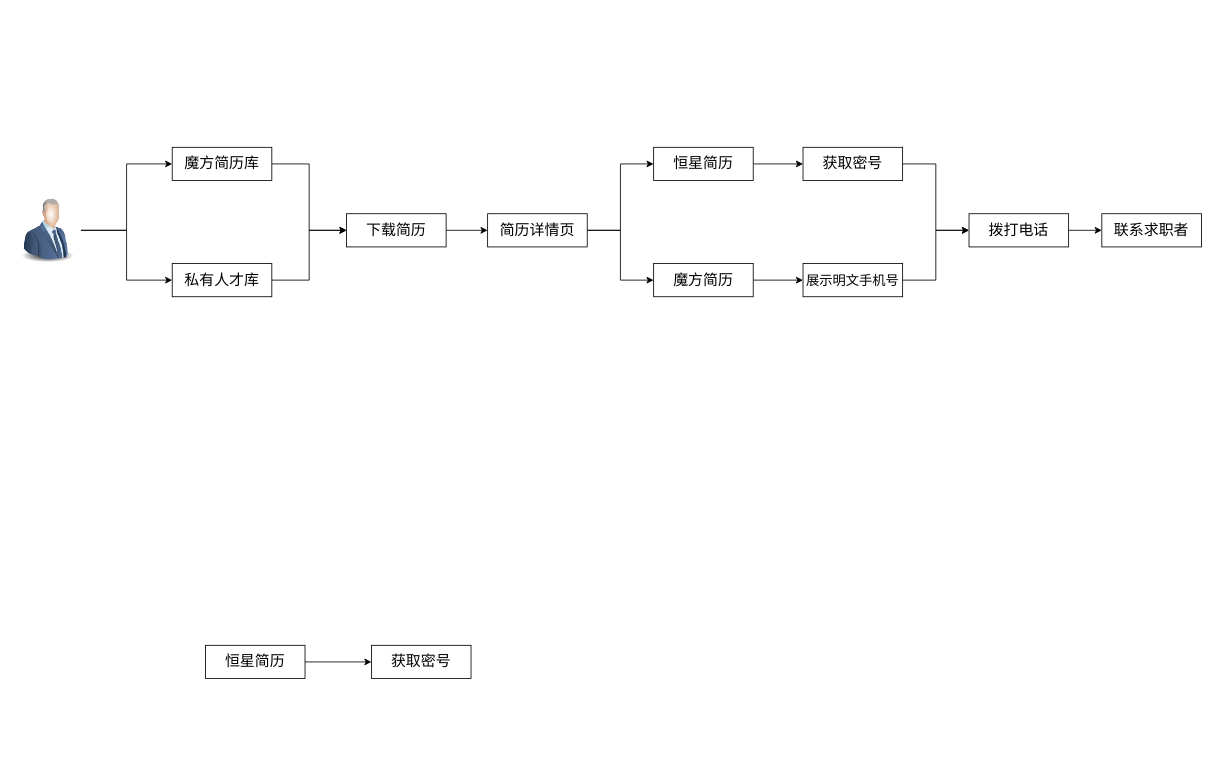
Above: 魔方简历密号体系建设.drawio in LuOyEbY/draw-b (draw.io), before the change. Source tidied: cells renumbered, new cells numbered last; positions are measured from the earlier drawing's top-left corner, leaving out a move shared by most shapes. Both pictures are drawn from the tidied source at 83%, with x=0, y=0 at pixel (14, 147).
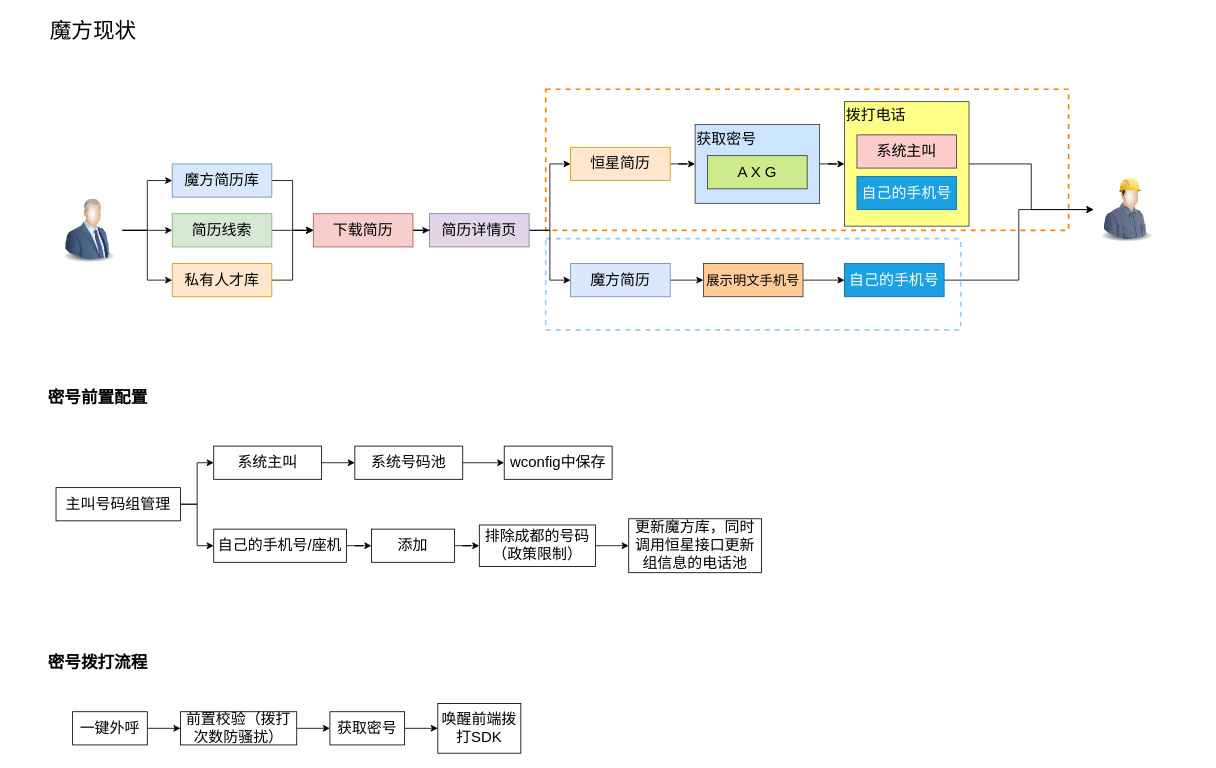
After the change.

Commit message:
更新魔方简历密号体系建设.drawio

Change to the diagram source:
```diff
@@
-    <mxCell id="2" style="edgeStyle=orthogonalEdgeStyle;rounded=0;jettySize=auto;html=1;" parent="1" edge="1" source="3" target="4">
-      <mxGeometry relative="1" as="geometry" />
-    </mxCell>
-    <mxCell id="3" value="恒星简历" style="rounded=0;whiteSpace=wrap;html=1;fontSize=18;" parent="1" vertex="1">
-      <mxGeometry x="230" y="600" width="120" height="40" as="geometry" />
-    </mxCell>
+    <mxCell id="28" style="rounded=0;whiteSpace=wrap;html=1;dashed=1;strokeColor=#99CCFF;strokeWidth=2;" parent="1" vertex="1">
+      <mxGeometry x="640" y="110" width="500" height="110" as="geometry" />
+    </mxCell>
+    <mxCell id="29" style="rounded=0;whiteSpace=wrap;html=1;dashed=1;strokeColor=#FF8000;strokeWidth=2;" parent="1" vertex="1">
+      <mxGeometry x="640" y="-70" width="630" height="170" as="geometry" />
+    </mxCell>
+    <mxCell id="30" style="edgeStyle=orthogonalEdgeStyle;rounded=0;jettySize=auto;html=1;entryX=0;entryY=0.5;entryDx=0;entryDy=0;" parent="1" edge="1" source="4" target="45">
+      <mxGeometry relative="1" as="geometry" />
+    </mxCell>
+    <mxCell id="31" style="edgeStyle=orthogonalEdgeStyle;rounded=0;jettySize=auto;html=1;entryX=0;entryY=0.5;entryDx=0;entryDy=0;" parent="1" edge="1" source="4" target="47">
+      <mxGeometry relative="1" as="geometry" />
+    </mxCell>
-    <mxCell id="4" value="获取密号" style="rounded=0;whiteSpace=wrap;html=1;fontSize=18;" parent="1" vertex="1">
-      <mxGeometry x="430" y="600" width="120" height="40" as="geometry" />
+    <mxCell id="4" value="主叫号码组管理" style="rounded=0;whiteSpace=wrap;html=1;fontSize=18;" parent="1" vertex="1">
+      <mxGeometry x="50" y="410" width="150" height="40" as="geometry" />
     </mxCell>
@@
-    <mxCell id="6" value="魔方简历库" style="rounded=0;whiteSpace=wrap;html=1;fontSize=18;" parent="1" vertex="1">
-      <mxGeometry x="190" width="120" height="40" as="geometry" />
+    <mxCell id="6" value="魔方简历库" style="rounded=0;whiteSpace=wrap;html=1;fontSize=18;fillColor=#dae8fc;strokeColor=#6c8ebf;" parent="1" vertex="1">
+      <mxGeometry x="190" y="20" width="120" height="40" as="geometry" />
     </mxCell>
@@
+    <mxCell id="32" style="edgeStyle=orthogonalEdgeStyle;rounded=0;jettySize=auto;html=1;entryX=0;entryY=0.5;entryDx=0;entryDy=0;" parent="1" edge="1" source="9" target="43">
+      <mxGeometry relative="1" as="geometry" />
+    </mxCell>
     <mxCell id="9" style="image;html=1;image=img/lib/clip_art/people/Suit_Man_Blue_128x128.png;" parent="1" vertex="1">
-      <mxGeometry y="60" width="80" height="80" as="geometry" />
+      <mxGeometry x="50" y="60" width="80" height="80" as="geometry" />
     </mxCell>
@@
-    <mxCell id="11" value="私有人才库" style="rounded=0;whiteSpace=wrap;html=1;fontSize=18;" parent="1" vertex="1">
+    <mxCell id="11" value="私有人才库" style="rounded=0;whiteSpace=wrap;html=1;fontSize=18;fillColor=#ffe6cc;strokeColor=#d79b00;" parent="1" vertex="1">
       <mxGeometry x="190" y="140" width="120" height="40" as="geometry" />
     </mxCell>
@@
-    <mxCell id="14" value="简历详情页" style="rounded=0;whiteSpace=wrap;html=1;fontSize=18;" parent="1" vertex="1">
-      <mxGeometry x="570" y="80" width="120" height="40" as="geometry" />
+    <mxCell id="14" value="简历详情页" style="rounded=0;whiteSpace=wrap;html=1;fontSize=18;fillColor=#e1d5e7;strokeColor=#9673a6;" parent="1" vertex="1">
+      <mxGeometry x="500" y="80" width="120" height="40" as="geometry" />
     </mxCell>
@@
-    <mxCell id="16" value="恒星简历" style="rounded=0;whiteSpace=wrap;html=1;fontSize=18;" parent="1" vertex="1">
-      <mxGeometry x="770" width="120" height="40" as="geometry" />
+    <mxCell id="16" value="恒星简历" style="rounded=0;whiteSpace=wrap;html=1;fontSize=18;fillColor=#ffe6cc;strokeColor=#d79b00;" parent="1" vertex="1">
+      <mxGeometry x="670" width="120" height="40" as="geometry" />
     </mxCell>
@@
-    <mxCell id="18" value="魔方简历" style="rounded=0;whiteSpace=wrap;html=1;fontSize=18;" parent="1" vertex="1">
-      <mxGeometry x="770" y="140" width="120" height="40" as="geometry" />
+    <mxCell id="18" value="魔方简历" style="rounded=0;whiteSpace=wrap;html=1;fontSize=18;fillColor=#dae8fc;strokeColor=#6c8ebf;" parent="1" vertex="1">
+      <mxGeometry x="670" y="140" width="120" height="40" as="geometry" />
     </mxCell>
@@
-    <mxCell id="20" value="下载简历" style="rounded=0;whiteSpace=wrap;html=1;fontSize=18;" parent="1" vertex="1">
-      <mxGeometry x="400" y="80" width="120" height="40" as="geometry" />
+    <mxCell id="20" value="下载简历" style="rounded=0;whiteSpace=wrap;html=1;fontSize=18;fillColor=#f8cecc;strokeColor=#b85450;" parent="1" vertex="1">
+      <mxGeometry x="360" y="80" width="120" height="40" as="geometry" />
     </mxCell>
@@
-    <mxCell id="22" value="获取密号" style="rounded=0;whiteSpace=wrap;html=1;fontSize=18;" parent="1" vertex="1">
-      <mxGeometry x="950" width="120" height="40" as="geometry" />
+    <mxCell id="22" value="获取密号" style="rounded=0;whiteSpace=wrap;html=1;fontSize=18;align=left;verticalAlign=top;fillColor=#cce5ff;strokeColor=#36393d;" parent="1" vertex="1">
+      <mxGeometry x="820" y="-27.5" width="150" height="95" as="geometry" />
     </mxCell>
-    <mxCell id="23" style="edgeStyle=orthogonalEdgeStyle;rounded=0;jettySize=auto;html=1;" parent="1" edge="1" source="24" target="27">
-      <mxGeometry relative="1" as="geometry" />
-    </mxCell>
+    <mxCell id="33" style="edgeStyle=orthogonalEdgeStyle;rounded=0;jettySize=auto;html=1;" parent="1" edge="1" source="24" target="39">
+      <mxGeometry relative="1" as="geometry" />
+    </mxCell>
-    <mxCell id="24" value="拨打电话" style="rounded=0;whiteSpace=wrap;html=1;fontSize=18;" parent="1" vertex="1">
-      <mxGeometry x="1150" y="80" width="120" height="40" as="geometry" />
+    <mxCell id="24" value="拨打电话" style="rounded=0;whiteSpace=wrap;html=1;fontSize=18;verticalAlign=top;align=left;fillColor=#ffff88;strokeColor=#36393d;" parent="1" vertex="1">
+      <mxGeometry x="1000" y="-55" width="150" height="150" as="geometry" />
     </mxCell>
-    <mxCell id="25" style="edgeStyle=orthogonalEdgeStyle;rounded=0;jettySize=auto;html=1;entryX=0;entryY=0.5;entryDx=0;entryDy=0;" parent="1" edge="1" source="26" target="24">
-      <mxGeometry relative="1" as="geometry" />
-    </mxCell>
+    <mxCell id="34" style="edgeStyle=orthogonalEdgeStyle;rounded=0;jettySize=auto;html=1;entryX=0;entryY=0.5;entryDx=0;entryDy=0;" parent="1" edge="1" source="26" target="36">
+      <mxGeometry relative="1" as="geometry" />
+    </mxCell>
-    <mxCell id="26" value="展示明文手机号" style="rounded=0;whiteSpace=wrap;html=1;fontSize=16;" parent="1" vertex="1">
-      <mxGeometry x="950" y="140" width="120" height="40" as="geometry" />
+    <mxCell id="26" value="展示明文手机号" style="rounded=0;whiteSpace=wrap;html=1;fontSize=16;fillColor=#ffcc99;strokeColor=#36393d;" parent="1" vertex="1">
+      <mxGeometry x="830" y="140" width="120" height="40" as="geometry" />
     </mxCell>
-    <mxCell id="27" value="联系求职者" style="rounded=0;whiteSpace=wrap;html=1;fontSize=18;" parent="1" vertex="1">
-      <mxGeometry x="1310" y="80" width="120" height="40" as="geometry" />
-    </mxCell>
+    <mxCell id="35" style="edgeStyle=orthogonalEdgeStyle;rounded=0;jettySize=auto;html=1;entryX=0;entryY=0.5;entryDx=0;entryDy=0;" parent="1" edge="1" source="36" target="39">
+      <mxGeometry relative="1" as="geometry" />
+    </mxCell>
+    <mxCell id="36" value="自己的手机号" style="rounded=0;whiteSpace=wrap;html=1;fontSize=18;fillColor=#1ba1e2;strokeColor=#006EAF;fontColor=#ffffff;" parent="1" vertex="1">
+      <mxGeometry x="1000" y="140" width="120" height="40" as="geometry" />
+    </mxCell>
+    <mxCell id="37" value="系统主叫" style="rounded=0;whiteSpace=wrap;html=1;fontSize=18;fillColor=#ffcccc;strokeColor=#36393d;" parent="1" vertex="1">
+      <mxGeometry x="1015" y="-15" width="120" height="40" as="geometry" />
+    </mxCell>
+    <mxCell id="38" value="自己的手机号" style="rounded=0;whiteSpace=wrap;html=1;fontSize=18;fillColor=#1ba1e2;strokeColor=#006EAF;fontColor=#ffffff;" parent="1" vertex="1">
+      <mxGeometry x="1015" y="35" width="120" height="40" as="geometry" />
+    </mxCell>
+    <mxCell id="39" style="image;html=1;image=img/lib/clip_art/people/Construction_Worker_Man_128x128.png;" parent="1" vertex="1">
+      <mxGeometry x="1300" y="35" width="80" height="80" as="geometry" />
+    </mxCell>
+    <mxCell id="40" value="魔方现状" style="text;html=1;strokeColor=none;fillColor=none;align=center;verticalAlign=middle;whiteSpace=wrap;rounded=0;fontSize=26;" parent="1" vertex="1">
+      <mxGeometry x="30" y="-160" width="130" height="40" as="geometry" />
+    </mxCell>
+    <mxCell id="41" value="A X G" style="rounded=0;whiteSpace=wrap;html=1;fontSize=18;fillColor=#cdeb8b;strokeColor=#36393d;" parent="1" vertex="1">
+      <mxGeometry x="835" y="10" width="120" height="40" as="geometry" />
+    </mxCell>
+    <mxCell id="42" style="edgeStyle=orthogonalEdgeStyle;rounded=0;jettySize=auto;html=1;" parent="1" edge="1" source="43">
+      <mxGeometry relative="1" as="geometry">
+        <mxPoint x="360" y="100" as="targetPoint" />
+      </mxGeometry>
+    </mxCell>
+    <mxCell id="43" value="简历线索" style="rounded=0;whiteSpace=wrap;html=1;fontSize=18;fillColor=#d5e8d4;strokeColor=#82b366;" parent="1" vertex="1">
+      <mxGeometry x="190" y="80" width="120" height="40" as="geometry" />
+    </mxCell>
+    <mxCell id="44" style="edgeStyle=orthogonalEdgeStyle;rounded=0;jettySize=auto;html=1;" parent="1" edge="1" source="45" target="54">
+      <mxGeometry relative="1" as="geometry" />
+    </mxCell>
+    <mxCell id="45" value="系统主叫" style="rounded=0;whiteSpace=wrap;html=1;fontSize=18;" parent="1" vertex="1">
+      <mxGeometry x="240" y="360" width="130" height="40" as="geometry" />
+    </mxCell>
+    <mxCell id="46" style="edgeStyle=orthogonalEdgeStyle;rounded=0;jettySize=auto;html=1;" parent="1" edge="1" source="47" target="49">
+      <mxGeometry relative="1" as="geometry" />
+    </mxCell>
+    <mxCell id="47" value="自己的手机号/座机" style="rounded=0;whiteSpace=wrap;html=1;fontSize=18;" parent="1" vertex="1">
+      <mxGeometry x="240" y="460" width="160" height="40" as="geometry" />
+    </mxCell>
+    <mxCell id="48" style="edgeStyle=orthogonalEdgeStyle;rounded=0;jettySize=auto;html=1;" parent="1" edge="1" source="49" target="51">
+      <mxGeometry relative="1" as="geometry" />
+    </mxCell>
+    <mxCell id="49" value="添加" style="rounded=0;whiteSpace=wrap;html=1;fontSize=18;" parent="1" vertex="1">
+      <mxGeometry x="430" y="460" width="100" height="40" as="geometry" />
+    </mxCell>
+    <mxCell id="50" style="edgeStyle=orthogonalEdgeStyle;rounded=0;jettySize=auto;html=1;" parent="1" edge="1" source="51" target="52">
+      <mxGeometry relative="1" as="geometry" />
+    </mxCell>
+    <mxCell id="51" value="排除成都的号码（政策限制）" style="rounded=0;whiteSpace=wrap;html=1;fontSize=18;" parent="1" vertex="1">
+      <mxGeometry x="560" y="455" width="140" height="50" as="geometry" />
+    </mxCell>
+    <mxCell id="52" value="更新魔方库，同时调用恒星接口更新组信息的电话池" style="rounded=0;whiteSpace=wrap;html=1;fontSize=18;" parent="1" vertex="1">
+      <mxGeometry x="740" y="447.5" width="160" height="65" as="geometry" />
+    </mxCell>
+    <mxCell id="53" style="edgeStyle=orthogonalEdgeStyle;rounded=0;jettySize=auto;html=1;" parent="1" edge="1" source="54" target="55">
+      <mxGeometry relative="1" as="geometry" />
+    </mxCell>
+    <mxCell id="54" value="系统号码池" style="rounded=0;whiteSpace=wrap;html=1;fontSize=18;" parent="1" vertex="1">
+      <mxGeometry x="410" y="360" width="130" height="40" as="geometry" />
+    </mxCell>
+    <mxCell id="55" value="wconfig中保存" style="rounded=0;whiteSpace=wrap;html=1;fontSize=18;" parent="1" vertex="1">
+      <mxGeometry x="590" y="360" width="130" height="40" as="geometry" />
+    </mxCell>
+    <mxCell id="56" value="密号前置配置" style="text;html=1;align=center;verticalAlign=middle;strokeColor=none;fillColor=none;fontSize=20;fontStyle=1;" parent="1" vertex="1">
+      <mxGeometry x="30" y="280" width="140" height="40" as="geometry" />
+    </mxCell>
+    <mxCell id="57" value="密号拨打流程" style="text;html=1;align=center;verticalAlign=middle;strokeColor=none;fillColor=none;fontSize=20;fontStyle=1;" parent="1" vertex="1">
+      <mxGeometry x="30" y="600" width="140" height="40" as="geometry" />
+    </mxCell>
+    <mxCell id="58" style="edgeStyle=orthogonalEdgeStyle;rounded=0;jettySize=auto;html=1;" parent="1" edge="1" source="59" target="61">
+      <mxGeometry relative="1" as="geometry" />
+    </mxCell>
+    <mxCell id="59" value="一键外呼" style="rounded=0;whiteSpace=wrap;html=1;fontSize=18;" parent="1" vertex="1">
+      <mxGeometry x="70" y="680" width="90" height="40" as="geometry" />
+    </mxCell>
+    <mxCell id="60" style="edgeStyle=orthogonalEdgeStyle;rounded=0;jettySize=auto;html=1;" parent="1" edge="1" source="61" target="63">
+      <mxGeometry relative="1" as="geometry" />
+    </mxCell>
+    <mxCell id="61" value="前置校验（拨打次数防骚扰）" style="rounded=0;whiteSpace=wrap;html=1;fontSize=18;" parent="1" vertex="1">
+      <mxGeometry x="200" y="680" width="140" height="40" as="geometry" />
+    </mxCell>
+    <mxCell id="62" style="edgeStyle=orthogonalEdgeStyle;rounded=0;jettySize=auto;html=1;" parent="1" edge="1" source="63" target="64">
+      <mxGeometry relative="1" as="geometry" />
+    </mxCell>
+    <mxCell id="63" value="获取密号" style="rounded=0;whiteSpace=wrap;html=1;fontSize=18;" parent="1" vertex="1">
+      <mxGeometry x="380" y="680" width="90" height="40" as="geometry" />
+    </mxCell>
+    <mxCell id="64" value="唤醒前端拨打SDK" style="rounded=0;whiteSpace=wrap;html=1;fontSize=18;" parent="1" vertex="1">
+      <mxGeometry x="510" y="670" width="100" height="60" as="geometry" />
+    </mxCell>
```
